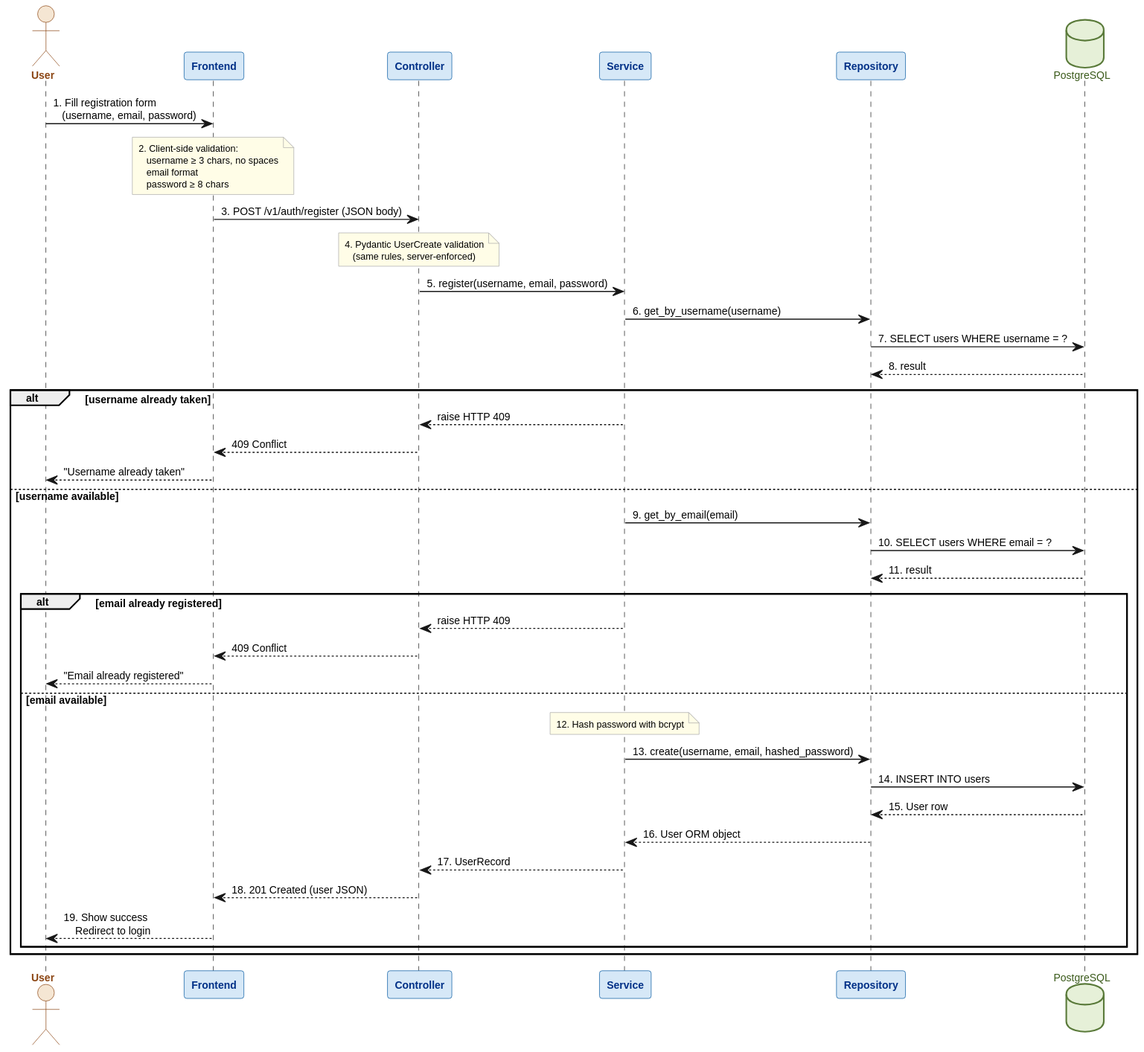
The PlantUML diagram docs/diagrams/register.svg in orvizz/population-growth-simulator, before a commit. Source of this version:
```plantuml
@startuml
skinparam defaultFontName Liberation Sans
skinparam defaultFontSize 10
skinparam shadowing false
skinparam backgroundColor white
skinparam sequenceMessageAlign left

skinparam participant {
  BorderColor #0056A0
  BackgroundColor #D6E8F7
  FontColor #003087
  FontStyle bold
}
skinparam actor {
  BorderColor #8B4513
  BackgroundColor #F5E6D3
  FontColor #8B4513
  FontStyle bold
}
skinparam database {
  BorderColor #5a7a3a
  BackgroundColor #E6F0D8
  FontColor #3a5a1a
}
skinparam note {
  BorderColor #aaaaaa
  BackgroundColor #FFFDE7
  FontSize 9
}

actor       "User"       as user
participant "Frontend"   as frontend
participant "Controller" as ctrl
participant "Service"    as svc
participant "Repository" as repo
database    "PostgreSQL" as db

user     ->  frontend : 1. Fill registration form\n   (username, email, password)

note over frontend
  2. Client-side validation:
     username ≥ 3 chars, no spaces
     email format
     password ≥ 8 chars
end note

frontend ->  ctrl : 3. POST /v1/auth/register (JSON body)

note over ctrl
  4. Pydantic UserCreate validation
     (same rules, server-enforced)
end note

ctrl     ->  svc  : 5. register(username, email, password)
svc      ->  repo : 6. get_by_username(username)
repo     ->  db   : 7. SELECT users WHERE username = ?
db       --> repo : 8. result

alt username already taken
  svc --> ctrl : raise HTTP 409
  ctrl --> frontend : 409 Conflict
  frontend --> user : "Username already taken"
else username available
  svc      ->  repo : 9. get_by_email(email)
  repo     ->  db   : 10. SELECT users WHERE email = ?
  db       --> repo : 11. result

  alt email already registered
    svc --> ctrl : raise HTTP 409
    ctrl --> frontend : 409 Conflict
    frontend --> user : "Email already registered"
  else email available
    note over svc
      12. Hash password with bcrypt
    end note
    svc  ->  repo : 13. create(username, email, hashed_password)
    repo ->  db   : 14. INSERT INTO users
    db   --> repo : 15. User row
    repo --> svc  : 16. User ORM object
    svc  --> ctrl : 17. UserRecord
    ctrl --> frontend : 18. 201 Created (user JSON)
    frontend --> user : 19. Show success\n    Redirect to login
  end
end
@enduml
```
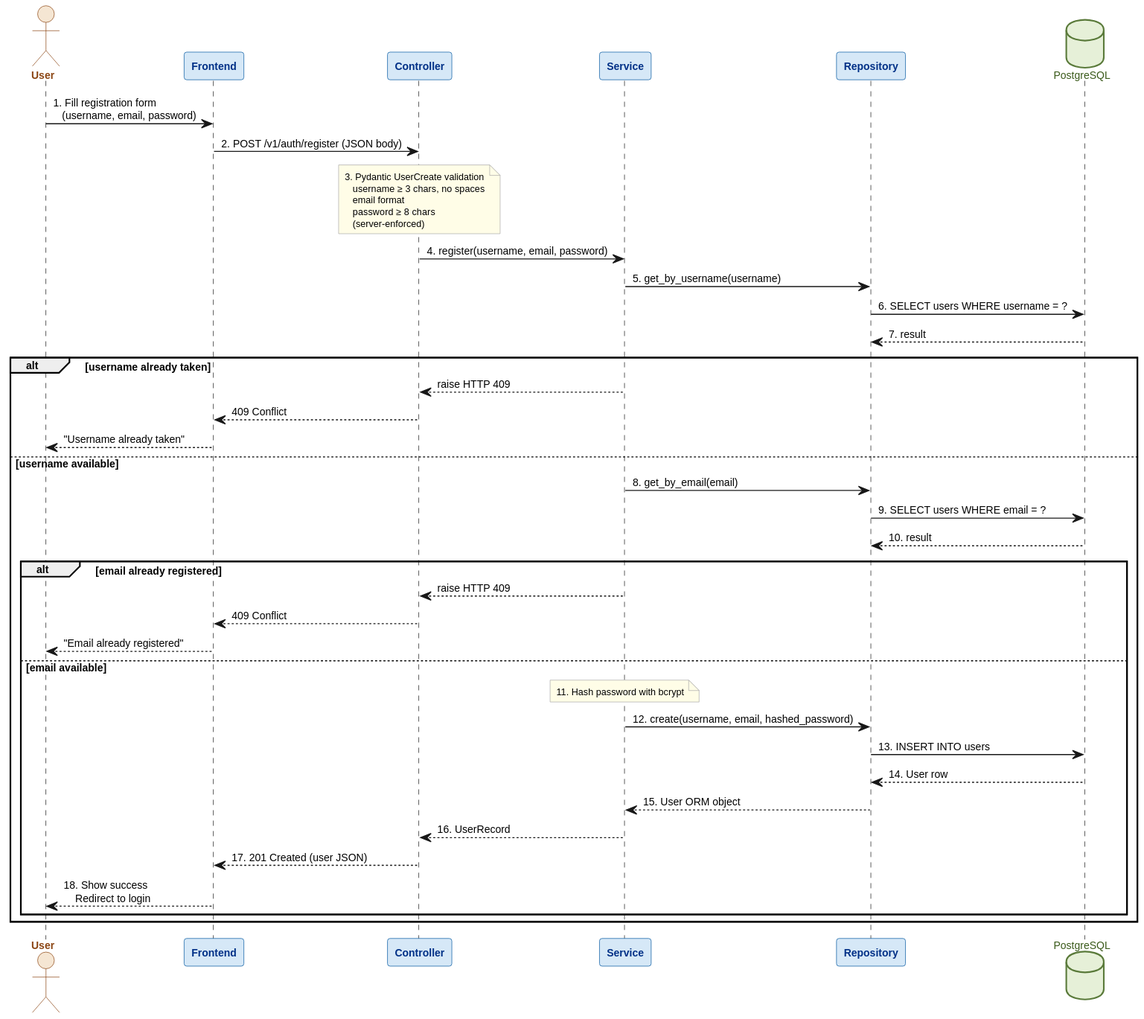
The same diagram one commit later.

Commit message:
Changed register diiagram

Change to the diagram source:
```diff
@@ -37,33 +37,29 @@
 
 user     ->  frontend : 1. Fill registration form\n   (username, email, password)
 
-note over frontend
-  2. Client-side validation:
+frontend ->  ctrl : 2. POST /v1/auth/register (JSON body)
+
+note over ctrl
+  3. Pydantic UserCreate validation
      username ≥ 3 chars, no spaces
      email format
      password ≥ 8 chars
+     (server-enforced)
 end note
 
-frontend ->  ctrl : 3. POST /v1/auth/register (JSON body)
-
-note over ctrl
-  4. Pydantic UserCreate validation
-     (same rules, server-enforced)
-end note
-
-ctrl     ->  svc  : 5. register(username, email, password)
-svc      ->  repo : 6. get_by_username(username)
-repo     ->  db   : 7. SELECT users WHERE username = ?
-db       --> repo : 8. result
+ctrl     ->  svc  : 4. register(username, email, password)
+svc      ->  repo : 5. get_by_username(username)
+repo     ->  db   : 6. SELECT users WHERE username = ?
+db       --> repo : 7. result
 
 alt username already taken
   svc --> ctrl : raise HTTP 409
   ctrl --> frontend : 409 Conflict
   frontend --> user : "Username already taken"
 else username available
-  svc      ->  repo : 9. get_by_email(email)
-  repo     ->  db   : 10. SELECT users WHERE email = ?
-  db       --> repo : 11. result
+  svc      ->  repo : 8. get_by_email(email)
+  repo     ->  db   : 9. SELECT users WHERE email = ?
+  db       --> repo : 10. result
 
   alt email already registered
     svc --> ctrl : raise HTTP 409
@@ -71,15 +67,15 @@
     frontend --> user : "Email already registered"
   else email available
     note over svc
-      12. Hash password with bcrypt
+      11. Hash password with bcrypt
     end note
-    svc  ->  repo : 13. create(username, email, hashed_password)
-    repo ->  db   : 14. INSERT INTO users
-    db   --> repo : 15. User row
-    repo --> svc  : 16. User ORM object
-    svc  --> ctrl : 17. UserRecord
-    ctrl --> frontend : 18. 201 Created (user JSON)
-    frontend --> user : 19. Show success\n    Redirect to login
+    svc  ->  repo : 12. create(username, email, hashed_password)
+    repo ->  db   : 13. INSERT INTO users
+    db   --> repo : 14. User row
+    repo --> svc  : 15. User ORM object
+    svc  --> ctrl : 16. UserRecord
+    ctrl --> frontend : 17. 201 Created (user JSON)
+    frontend --> user : 18. Show success\n    Redirect to login
   end
 end
 @enduml
```
